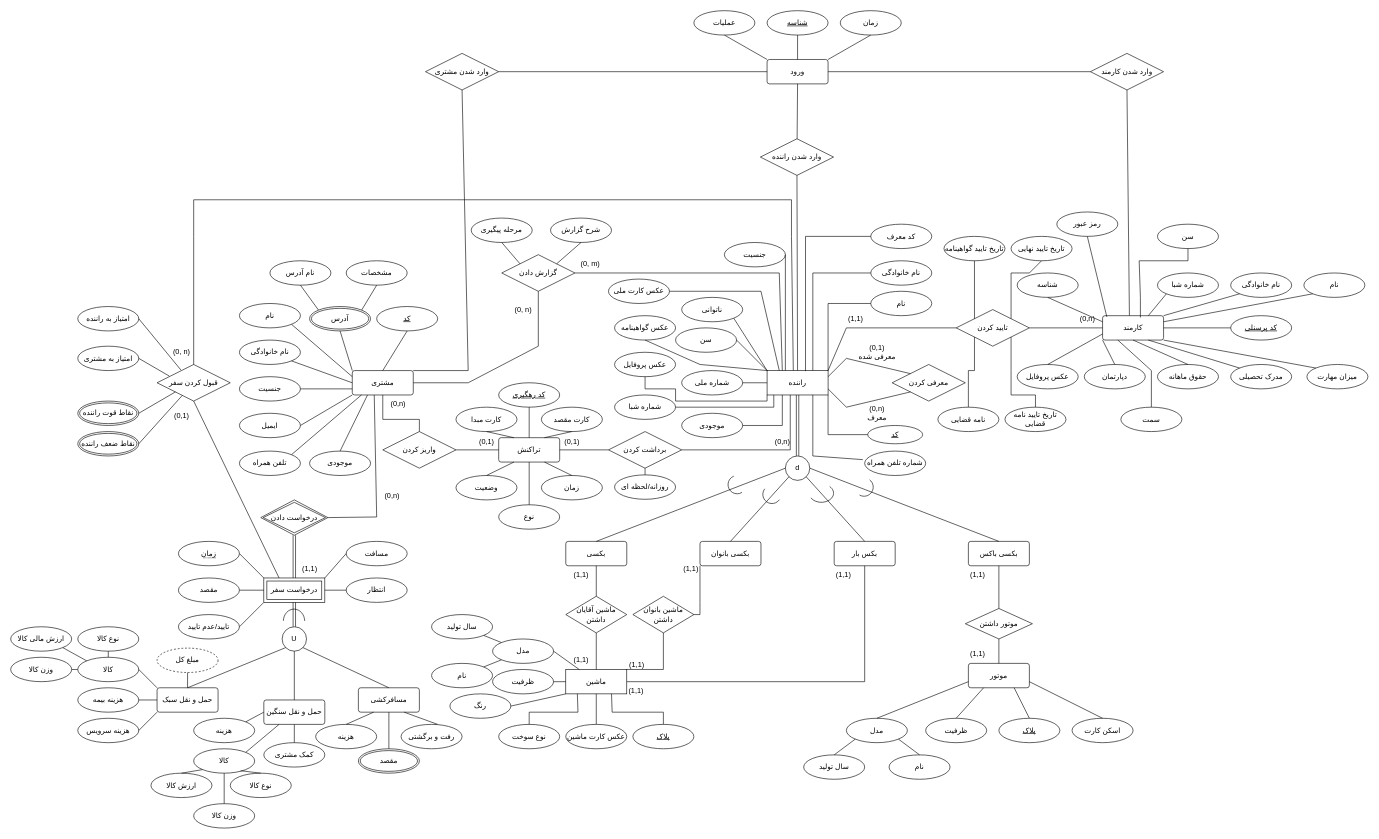
The draw.io diagram EER/Diagram.drawio in sedwna/BAXI, before the edit. Source tidied: cells renumbered, new cells numbered last; positions are measured from the earlier drawing's top-left corner, leaving out a move shared by most shapes. Both pictures are drawn from the tidied source at 61%, with x=0, y=0 at pixel (10, 10).
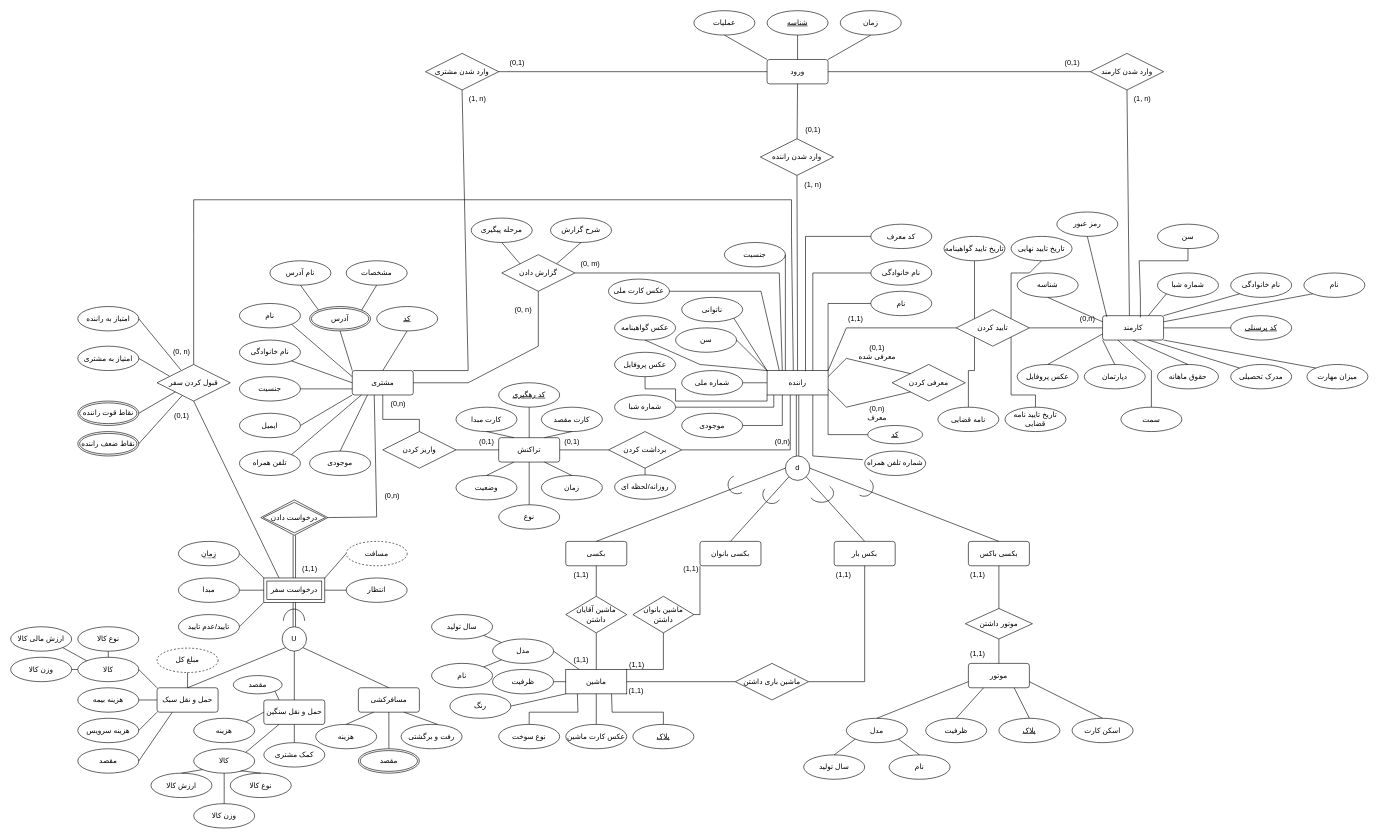
After the change.

Commit message:
Corrction EER diagram

Unchanged cells that the change refers to:
```xml
<mxCell id="23" value="بکس بار" style="rounded=1;arcSize=10;whiteSpace=wrap;html=1;align=center;" parent="1" vertex="1">
  <mxGeometry x="1350" y="870" width="100" height="40" as="geometry" />
</mxCell>
<mxCell id="34" value="ماشین" style="whiteSpace=wrap;html=1;align=center;" parent="1" vertex="1">
  <mxGeometry x="910" y="1080" width="100" height="40" as="geometry" />
</mxCell>
<mxCell id="202" value="درخواست سفر" style="shape=ext;margin=3;double=1;whiteSpace=wrap;html=1;align=center;" parent="1" vertex="1">
  <mxGeometry x="415" y="930" width="100" height="40" as="geometry" />
</mxCell>
<mxCell id="221" value="حمل و نقل سنگین" style="rounded=1;arcSize=10;whiteSpace=wrap;html=1;align=center;" parent="1" vertex="1">
  <mxGeometry x="415" y="1130" width="100" height="40" as="geometry" />
</mxCell>
<mxCell id="222" value="حمل و نقل سبک" style="rounded=1;arcSize=10;whiteSpace=wrap;html=1;align=center;" parent="1" vertex="1">
  <mxGeometry x="240" y="1110" width="100" height="40" as="geometry" />
</mxCell>
```

Change to the diagram source:
```diff
@@
-    <mxCell id="49" style="endArrow=none;html=1;rounded=0;exitX=1;exitY=0.5;exitDx=0;exitDy=0;entryX=0.5;entryY=1;entryDx=0;entryDy=0;" parent="1" edge="1" source="34" target="23">
+    <mxCell id="49" style="endArrow=none;html=1;rounded=0;exitX=1;exitY=0.5;exitDx=0;exitDy=0;entryX=0.5;entryY=1;entryDx=0;entryDy=0;" parent="1" edge="1" source="295" target="23">
       <mxGeometry relative="1" as="geometry">
         <Array as="points">
           <mxPoint x="1400" y="1100" />
         </Array>
       </mxGeometry>
     </mxCell>
@@
-    <mxCell id="210" value="مقصد" style="ellipse;whiteSpace=wrap;html=1;align=center;" parent="1" vertex="1">
+    <mxCell id="210" value="مبدا" style="ellipse;whiteSpace=wrap;html=1;align=center;" parent="1" vertex="1">
       <mxGeometry x="275" y="930" width="100" height="40" as="geometry" />
     </mxCell>
-    <mxCell id="211" value="مسافت" style="ellipse;whiteSpace=wrap;html=1;align=center;" parent="1" vertex="1">
-      <mxGeometry x="550" y="870" width="100" height="40" as="geometry" />
-    </mxCell>
@@
-    <mxCell id="213" style="endArrow=none;html=1;rounded=0;entryX=0;entryY=0.5;entryDx=0;entryDy=0;exitX=1;exitY=0;exitDx=0;exitDy=0;" parent="1" edge="1" source="202" target="211">
-      <mxGeometry relative="1" as="geometry" />
+    <mxCell id="213" style="endArrow=none;html=1;rounded=0;entryX=0;entryY=0.5;entryDx=0;entryDy=0;exitX=1;exitY=0;exitDx=0;exitDy=0;" parent="1" edge="1" source="202">
+      <mxGeometry relative="1" as="geometry">
+        <mxPoint x="550" y="890" as="targetPoint" />
+      </mxGeometry>
     </mxCell>
@@
+    <mxCell id="285" value="مقصد" style="ellipse;whiteSpace=wrap;html=1;align=center;" parent="1" vertex="1">
+      <mxGeometry x="365" y="1090" width="80" height="30" as="geometry" />
+    </mxCell>
+    <mxCell id="286" value="مقصد" style="ellipse;whiteSpace=wrap;html=1;align=center;" parent="1" vertex="1">
+      <mxGeometry x="110" y="1210" width="100" height="40" as="geometry" />
+    </mxCell>
+    <mxCell id="287" style="endArrow=none;html=1;rounded=0;entryX=1;entryY=0.5;entryDx=0;entryDy=0;exitX=0.25;exitY=1;exitDx=0;exitDy=0;" parent="1" edge="1" source="222" target="286">
+      <mxGeometry relative="1" as="geometry" />
+    </mxCell>
+    <mxCell id="288" style="endArrow=none;html=1;rounded=0;exitX=1;exitY=1;exitDx=0;exitDy=0;entryX=0.25;entryY=0;entryDx=0;entryDy=0;" parent="1" edge="1" source="285" target="221">
+      <mxGeometry relative="1" as="geometry" />
+    </mxCell>
+    <mxCell id="211" value="مسافت" style="ellipse;whiteSpace=wrap;html=1;align=center;dashed=1;" parent="1" vertex="1">
+      <mxGeometry x="550" y="870" width="100" height="40" as="geometry" />
+    </mxCell>
+    <mxCell id="289" value="(0,1)" style="text;html=1;align=center;verticalAlign=middle;strokeColor=none;fillColor=none;" parent="1" vertex="1">
+      <mxGeometry x="805" y="70" width="50" height="30" as="geometry" />
+    </mxCell>
+    <mxCell id="290" value="(0,1)" style="text;html=1;align=center;verticalAlign=middle;strokeColor=none;fillColor=none;" parent="1" vertex="1">
+      <mxGeometry x="1290" y="180" width="50" height="30" as="geometry" />
+    </mxCell>
+    <mxCell id="291" value="(0,1)" style="text;html=1;align=center;verticalAlign=middle;strokeColor=none;fillColor=none;" parent="1" vertex="1">
+      <mxGeometry x="1715" y="70" width="50" height="30" as="geometry" />
+    </mxCell>
+    <mxCell id="292" value="(1, n)" style="text;html=1;align=center;verticalAlign=middle;strokeColor=none;fillColor=none;" parent="1" vertex="1">
+      <mxGeometry x="1830" y="130" width="50" height="30" as="geometry" />
+    </mxCell>
+    <mxCell id="293" value="(1, n)" style="text;html=1;align=center;verticalAlign=middle;strokeColor=none;fillColor=none;" parent="1" vertex="1">
+      <mxGeometry x="1290" y="270" width="50" height="30" as="geometry" />
+    </mxCell>
+    <mxCell id="294" value="(1, n)" style="text;html=1;align=center;verticalAlign=middle;strokeColor=none;fillColor=none;" parent="1" vertex="1">
+      <mxGeometry x="740" y="130" width="50" height="30" as="geometry" />
+    </mxCell>
+    <mxCell id="295" value="ماشین باری داشتن" style="shape=rhombus;perimeter=rhombusPerimeter;whiteSpace=wrap;html=1;align=center;" parent="1" vertex="1">
+      <mxGeometry x="1188" y="1070" width="120" height="60" as="geometry" />
+    </mxCell>
+    <mxCell id="296" style="endArrow=none;html=1;rounded=0;exitX=1;exitY=0.5;exitDx=0;exitDy=0;entryX=0;entryY=0.5;entryDx=0;entryDy=0;" parent="1" edge="1" source="34" target="295">
+      <mxGeometry relative="1" as="geometry" />
+    </mxCell>
```
